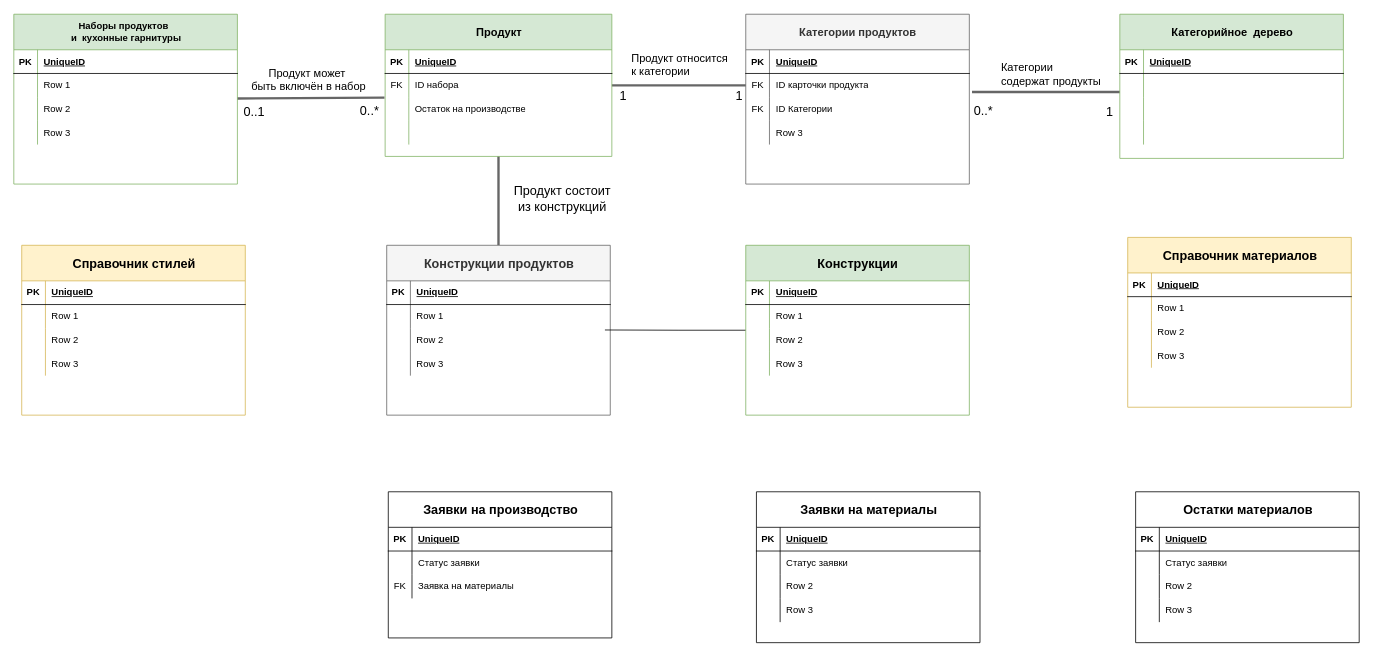
Earlier version of the draw.io diagram ERD - Продукт и производство.drawio (getitsoIved/examplesOfArtifacts). Source tidied: cells renumbered, new cells numbered last; positions are measured from the earlier drawing's top-left corner, leaving out a move shared by most shapes. Both pictures are drawn from the tidied source at 79%, with x=0, y=0 at pixel (13, 14).
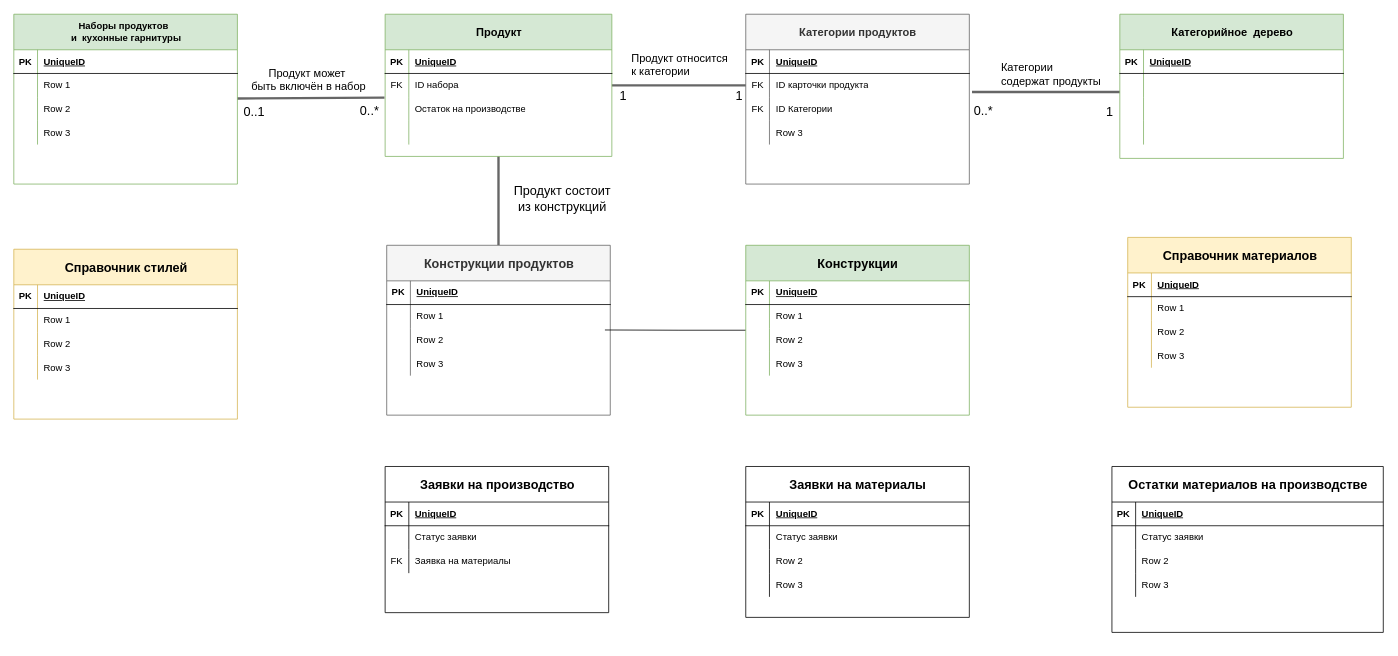
Above is the later version.

Diff of the diagram source:
```diff
@@
     <mxCell id="38" value="&lt;span style=&quot;font-size: 16px;&quot;&gt;Справочник стилей&lt;/span&gt;" style="shape=table;startSize=45;childLayout=tableLayout;rowLines=0;fontStyle=1;align=center;html=1;fillColor=#fff2cc;strokeColor=#d6b656;" parent="1" vertex="1">
-      <mxGeometry x="10" y="292" width="283" height="215" as="geometry" />
+      <mxGeometry y="297" width="283" height="215" as="geometry" />
     </mxCell>
@@
     <mxCell id="121" value="&lt;span style=&quot;font-size: 16px;&quot;&gt;Заявки на материалы&lt;br&gt;&lt;/span&gt;" style="shape=table;startSize=45;childLayout=tableLayout;rowLines=0;fontStyle=1;align=center;html=1;" parent="1" vertex="1">
-      <mxGeometry x="940" y="604" width="283" height="191" as="geometry" />
+      <mxGeometry x="926.5" y="572" width="283" height="191" as="geometry" />
     </mxCell>
@@
     <mxCell id="134" value="&lt;span style=&quot;font-size: 16px;&quot;&gt;Заявки на производство&lt;br&gt;&lt;/span&gt;" style="shape=table;startSize=45;childLayout=tableLayout;rowLines=0;fontStyle=1;align=center;html=1;" parent="1" vertex="1">
-      <mxGeometry x="474" y="604" width="283" height="185" as="geometry" />
+      <mxGeometry x="470" y="572" width="283" height="185" as="geometry" />
     </mxCell>
@@
-    <mxCell id="144" value="&lt;span style=&quot;font-size: 16px;&quot;&gt;Остатки материалов&lt;br&gt;&lt;/span&gt;" style="shape=table;startSize=45;childLayout=tableLayout;rowLines=0;fontStyle=1;align=center;html=1;" parent="1" vertex="1">
-      <mxGeometry x="1420" y="604" width="283" height="191" as="geometry" />
+    <mxCell id="144" value="&lt;span style=&quot;font-size: 16px;&quot;&gt;Остатки материалов на производстве&lt;br&gt;&lt;/span&gt;" style="shape=table;startSize=45;childLayout=tableLayout;rowLines=0;fontStyle=1;align=center;html=1;" parent="1" vertex="1">
+      <mxGeometry x="1390" y="572" width="343.5" height="210" as="geometry" />
     </mxCell>
     <mxCell id="145" style="shape=tableRow;horizontal=0;startSize=0;swimlaneHead=0;swimlaneBody=0;fillColor=none;top=0;left=0;right=0;bottom=1;" parent="144" vertex="1">
-      <mxGeometry y="45" width="283" height="30" as="geometry" />
+      <mxGeometry y="45" width="343.5" height="30" as="geometry" />
     </mxCell>
@@
     <mxCell id="147" value="UniqueID" style="shape=partialRectangle;fillColor=none;top=0;left=0;bottom=0;right=0;align=left;spacingLeft=6;fontStyle=5;overflow=hidden;whiteSpace=wrap;html=1;" parent="145" vertex="1">
-      <mxGeometry x="30" width="253" height="30" as="geometry" />
+      <mxGeometry x="30" width="313.5" height="30" as="geometry" />
     </mxCell>
     <mxCell id="148" style="shape=tableRow;horizontal=0;startSize=0;swimlaneHead=0;swimlaneBody=0;fillColor=none;top=0;left=0;right=0;bottom=0;" parent="144" vertex="1">
-      <mxGeometry y="75" width="283" height="30" as="geometry" />
+      <mxGeometry y="75" width="343.5" height="30" as="geometry" />
     </mxCell>
@@
     <mxCell id="150" value="Статус заявки" style="shape=partialRectangle;fillColor=none;top=0;left=0;bottom=0;right=0;align=left;spacingLeft=6;overflow=hidden;whiteSpace=wrap;html=1;" parent="148" vertex="1">
-      <mxGeometry x="30" width="253" height="30" as="geometry" />
+      <mxGeometry x="30" width="313.5" height="30" as="geometry" />
     </mxCell>
     <mxCell id="151" style="shape=tableRow;horizontal=0;startSize=0;swimlaneHead=0;swimlaneBody=0;fillColor=none;top=0;left=0;right=0;bottom=0;" parent="144" vertex="1">
-      <mxGeometry y="105" width="283" height="30" as="geometry" />
+      <mxGeometry y="105" width="343.5" height="30" as="geometry" />
     </mxCell>
@@
     <mxCell id="153" value="Row 2" style="shape=partialRectangle;fillColor=none;top=0;left=0;bottom=0;right=0;align=left;spacingLeft=6;overflow=hidden;whiteSpace=wrap;html=1;" parent="151" vertex="1">
-      <mxGeometry x="30" width="253" height="30" as="geometry" />
+      <mxGeometry x="30" width="313.5" height="30" as="geometry" />
     </mxCell>
     <mxCell id="154" style="shape=tableRow;horizontal=0;startSize=0;swimlaneHead=0;swimlaneBody=0;fillColor=none;top=0;left=0;right=0;bottom=0;" parent="144" vertex="1">
-      <mxGeometry y="135" width="283" height="30" as="geometry" />
+      <mxGeometry y="135" width="343.5" height="30" as="geometry" />
     </mxCell>
@@
     <mxCell id="156" value="Row 3" style="shape=partialRectangle;fillColor=none;top=0;left=0;bottom=0;right=0;align=left;spacingLeft=6;overflow=hidden;whiteSpace=wrap;html=1;" parent="154" vertex="1">
-      <mxGeometry x="30" width="253" height="30" as="geometry" />
+      <mxGeometry x="30" width="313.5" height="30" as="geometry" />
     </mxCell>
```
